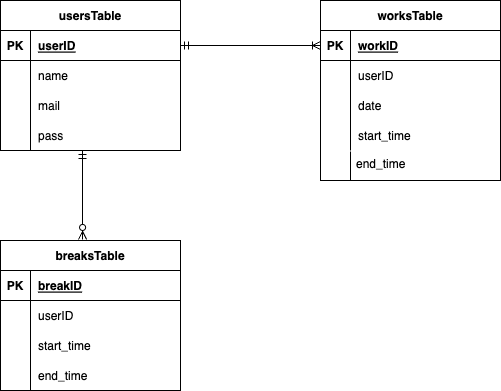
Before: index.drawio.png, a diagram exported from draw.io (hiro8787/simulation-laravel). Source tidied: cells renumbered, new cells last; positions are measured from the earlier drawing's top-left corner, leaving out a move shared by most shapes.
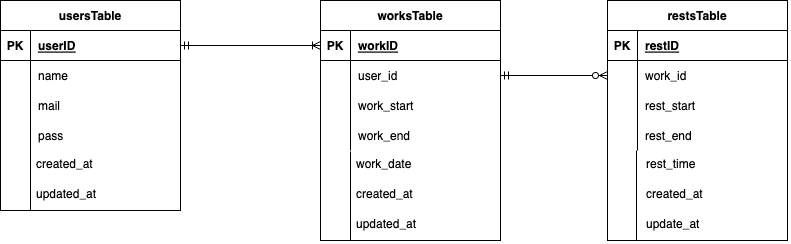
After the commit.

Change to the diagram source:
```diff
@@ -3,7 +3,7 @@
     <mxCell id="0" />
     <mxCell id="1" parent="0" />
     <mxCell id="2" value="usersTable" style="shape=table;startSize=30;rowLines=0;fontStyle=1;align=center;" parent="1" vertex="1">
-      <mxGeometry width="180" height="150" as="geometry" />
+      <mxGeometry width="180" height="210" as="geometry" />
     </mxCell>
     <mxCell id="3" style="shape=tableRow;horizontal=0;startSize=0;swimlaneHead=0;swimlaneBody=0;fillColor=none;points=[[0,0.5],[1,0.5]];portConstraint=eastwest;top=0;left=0;right=0;bottom=1;" parent="2" vertex="1">
       <mxGeometry y="30" width="180" height="30" as="geometry" />
@@ -42,7 +42,7 @@
       <mxGeometry x="30" width="150" height="30" as="geometry" />
     </mxCell>
     <mxCell id="15" value="worksTable" style="shape=table;startSize=30;rowLines=0;fontStyle=1;align=center;" parent="1" vertex="1">
-      <mxGeometry x="320" width="180" height="180" as="geometry" />
+      <mxGeometry x="320" width="180" height="240" as="geometry" />
     </mxCell>
     <mxCell id="16" style="shape=tableRow;horizontal=0;startSize=0;swimlaneHead=0;swimlaneBody=0;fillColor=none;points=[[0,0.5],[1,0.5]];portConstraint=eastwest;top=0;left=0;right=0;bottom=1;" parent="15" vertex="1">
       <mxGeometry y="30" width="180" height="30" as="geometry" />
@@ -59,7 +59,7 @@
     <mxCell id="20" style="shape=partialRectangle;fillColor=none;top=0;left=0;bottom=0;right=0;overflow=hidden;" parent="19" vertex="1">
       <mxGeometry width="30" height="30" as="geometry" />
     </mxCell>
-    <mxCell id="21" value="userID" style="shape=partialRectangle;fillColor=none;top=0;left=0;bottom=0;right=0;align=left;spacingLeft=6;overflow=hidden;" parent="19" vertex="1">
+    <mxCell id="21" value="user_id" style="shape=partialRectangle;fillColor=none;top=0;left=0;bottom=0;right=0;align=left;spacingLeft=6;overflow=hidden;" parent="19" vertex="1">
       <mxGeometry x="30" width="150" height="30" as="geometry" />
     </mxCell>
     <mxCell id="22" style="shape=tableRow;horizontal=0;startSize=0;swimlaneHead=0;swimlaneBody=0;fillColor=none;top=0;left=0;right=0;bottom=0;" parent="15" vertex="1">
@@ -68,7 +68,7 @@
     <mxCell id="23" style="shape=partialRectangle;fillColor=none;top=0;left=0;bottom=0;right=0;overflow=hidden;" parent="22" vertex="1">
       <mxGeometry width="30" height="30" as="geometry" />
     </mxCell>
-    <mxCell id="24" value="date" style="shape=partialRectangle;fillColor=none;top=0;left=0;bottom=0;right=0;align=left;spacingLeft=6;overflow=hidden;" parent="22" vertex="1">
+    <mxCell id="24" value="work_start" style="shape=partialRectangle;fillColor=none;top=0;left=0;bottom=0;right=0;align=left;spacingLeft=6;overflow=hidden;" parent="22" vertex="1">
       <mxGeometry x="30" width="150" height="30" as="geometry" />
     </mxCell>
     <mxCell id="25" style="shape=tableRow;horizontal=0;startSize=0;swimlaneHead=0;swimlaneBody=0;fillColor=none;points=[[0,0.5],[1,0.5]];portConstraint=eastwest;top=0;left=0;right=0;bottom=0;" parent="15" vertex="1">
@@ -77,20 +77,20 @@
     <mxCell id="26" style="shape=partialRectangle;fillColor=none;top=0;left=0;bottom=0;right=0;overflow=hidden;" parent="25" vertex="1">
       <mxGeometry width="30" height="30" as="geometry" />
     </mxCell>
-    <mxCell id="27" value="start_time" style="shape=partialRectangle;fillColor=none;top=0;left=0;bottom=0;right=0;align=left;spacingLeft=6;overflow=hidden;" parent="25" vertex="1">
+    <mxCell id="27" value="work_end" style="shape=partialRectangle;fillColor=none;top=0;left=0;bottom=0;right=0;align=left;spacingLeft=6;overflow=hidden;" parent="25" vertex="1">
       <mxGeometry x="30" width="150" height="30" as="geometry" />
     </mxCell>
     <mxCell id="28" style="endArrow=none;html=1;rounded=0;entryX=0.167;entryY=1.033;entryDx=0;entryDy=0;entryPerimeter=0;exitX=0;exitY=1;exitDx=0;exitDy=0;exitPerimeter=0;" parent="1" edge="1" source="29" target="25">
       <mxGeometry relative="1" as="geometry" />
     </mxCell>
-    <mxCell id="29" value="end_time" style="text;strokeColor=none;fillColor=none;spacingLeft=4;spacingRight=4;overflow=hidden;points=[[0,0.5],[1,0.5]];portConstraint=eastwest;fontSize=12;" parent="1" vertex="1">
-      <mxGeometry x="350" y="150" width="150" height="30" as="geometry" />
+    <mxCell id="29" value="updated_at" style="text;strokeColor=none;fillColor=none;spacingLeft=4;spacingRight=4;overflow=hidden;points=[[0,0.5],[1,0.5]];portConstraint=eastwest;fontSize=12;" parent="1" vertex="1">
+      <mxGeometry x="350" y="210" width="150" height="30" as="geometry" />
     </mxCell>
     <mxCell id="30" style="edgeStyle=entityRelationEdgeStyle;fontSize=12;html=1;endArrow=ERoneToMany;startArrow=ERmandOne;exitX=1;exitY=0.5;exitDx=0;exitDy=0;entryX=0;entryY=0.5;entryDx=0;entryDy=0;" parent="1" edge="1" source="3" target="16">
       <mxGeometry relative="1" as="geometry" />
     </mxCell>
-    <mxCell id="31" value="breaksTable" style="shape=table;startSize=30;rowLines=0;fontStyle=1;align=center;" parent="1" vertex="1">
-      <mxGeometry y="240" width="180" height="150" as="geometry" />
+    <mxCell id="31" value="restsTable" style="shape=table;startSize=30;rowLines=0;fontStyle=1;align=center;" parent="1" vertex="1">
+      <mxGeometry x="607" width="180" height="240" as="geometry" />
     </mxCell>
     <mxCell id="32" style="shape=tableRow;horizontal=0;startSize=0;swimlaneHead=0;swimlaneBody=0;fillColor=none;top=0;left=0;right=0;bottom=1;" parent="31" vertex="1">
       <mxGeometry y="30" width="180" height="30" as="geometry" />
@@ -98,7 +98,7 @@
     <mxCell id="33" value="PK" style="shape=partialRectangle;fillColor=none;top=0;left=0;bottom=0;right=0;fontStyle=1;overflow=hidden;" parent="32" vertex="1">
       <mxGeometry width="30" height="30" as="geometry" />
     </mxCell>
-    <mxCell id="34" value="breakID" style="shape=partialRectangle;fillColor=none;top=0;left=0;bottom=0;right=0;align=left;spacingLeft=6;fontStyle=5;overflow=hidden;" parent="32" vertex="1">
+    <mxCell id="34" value="restID" style="shape=partialRectangle;fillColor=none;top=0;left=0;bottom=0;right=0;align=left;spacingLeft=6;fontStyle=5;overflow=hidden;" parent="32" vertex="1">
       <mxGeometry x="30" width="150" height="30" as="geometry" />
     </mxCell>
     <mxCell id="35" style="shape=tableRow;horizontal=0;startSize=0;swimlaneHead=0;swimlaneBody=0;fillColor=none;points=[[0,0.5],[1,0.5]];portConstraint=eastwest;top=0;left=0;right=0;bottom=0;" parent="31" vertex="1">
@@ -107,7 +107,7 @@
     <mxCell id="36" style="shape=partialRectangle;fillColor=none;top=0;left=0;bottom=0;right=0;overflow=hidden;" parent="35" vertex="1">
       <mxGeometry width="30" height="30" as="geometry" />
     </mxCell>
-    <mxCell id="37" value="userID" style="shape=partialRectangle;fillColor=none;top=0;left=0;bottom=0;right=0;align=left;spacingLeft=6;overflow=hidden;" parent="35" vertex="1">
+    <mxCell id="37" value="work_id" style="shape=partialRectangle;fillColor=none;top=0;left=0;bottom=0;right=0;align=left;spacingLeft=6;overflow=hidden;" parent="35" vertex="1">
       <mxGeometry x="30" width="150" height="30" as="geometry" />
     </mxCell>
     <mxCell id="38" style="shape=tableRow;horizontal=0;startSize=0;swimlaneHead=0;swimlaneBody=0;fillColor=none;top=0;left=0;right=0;bottom=0;" parent="31" vertex="1">
@@ -116,7 +116,7 @@
     <mxCell id="39" style="shape=partialRectangle;fillColor=none;top=0;left=0;bottom=0;right=0;overflow=hidden;" parent="38" vertex="1">
       <mxGeometry width="30" height="30" as="geometry" />
     </mxCell>
-    <mxCell id="40" value="start_time" style="shape=partialRectangle;fillColor=none;top=0;left=0;bottom=0;right=0;align=left;spacingLeft=6;overflow=hidden;" parent="38" vertex="1">
+    <mxCell id="40" value="rest_start" style="shape=partialRectangle;fillColor=none;top=0;left=0;bottom=0;right=0;align=left;spacingLeft=6;overflow=hidden;" parent="38" vertex="1">
       <mxGeometry x="30" width="150" height="30" as="geometry" />
     </mxCell>
     <mxCell id="41" style="shape=tableRow;horizontal=0;startSize=0;swimlaneHead=0;swimlaneBody=0;fillColor=none;top=0;left=0;right=0;bottom=0;" parent="31" vertex="1">
@@ -125,11 +125,44 @@
     <mxCell id="42" style="shape=partialRectangle;fillColor=none;top=0;left=0;bottom=0;right=0;overflow=hidden;" parent="41" vertex="1">
       <mxGeometry width="30" height="30" as="geometry" />
     </mxCell>
-    <mxCell id="43" value="end_time" style="shape=partialRectangle;fillColor=none;top=0;left=0;bottom=0;right=0;align=left;spacingLeft=6;overflow=hidden;" parent="41" vertex="1">
+    <mxCell id="43" value="rest_end" style="shape=partialRectangle;fillColor=none;top=0;left=0;bottom=0;right=0;align=left;spacingLeft=6;overflow=hidden;" parent="41" vertex="1">
       <mxGeometry x="30" width="150" height="30" as="geometry" />
     </mxCell>
-    <mxCell id="44" style="fontSize=12;html=1;endArrow=ERzeroToMany;startArrow=ERmandOne;entryX=0.456;entryY=-0.007;entryDx=0;entryDy=0;exitX=0.456;exitY=1;exitDx=0;exitDy=0;exitPerimeter=0;entryPerimeter=0;" parent="1" edge="1" source="12" target="31">
+    <mxCell id="44" style="fontSize=12;html=1;endArrow=ERzeroToMany;startArrow=ERmandOne;exitX=1;exitY=0.5;exitDx=0;exitDy=0;entryX=0;entryY=0.5;entryDx=0;entryDy=0;" parent="1" edge="1" source="19" target="35">
       <mxGeometry relative="1" as="geometry" />
     </mxCell>
+    <mxCell id="45" value="created_at" style="text;strokeColor=none;fillColor=none;spacingLeft=4;spacingRight=4;overflow=hidden;fontSize=12;" parent="1" vertex="1">
+      <mxGeometry x="30" y="150" width="150" height="30" as="geometry" />
+    </mxCell>
+    <mxCell id="46" value="updated_at" style="text;strokeColor=none;fillColor=none;spacingLeft=4;spacingRight=4;overflow=hidden;fontSize=12;" parent="1" vertex="1">
+      <mxGeometry x="30" y="180" width="150" height="30" as="geometry" />
+    </mxCell>
+    <mxCell id="47" style="endArrow=none;html=1;rounded=0;" parent="1" edge="1">
+      <mxGeometry relative="1" as="geometry">
+        <mxPoint x="30" y="150" as="sourcePoint" />
+        <mxPoint x="30" y="210" as="targetPoint" />
+      </mxGeometry>
+    </mxCell>
+    <mxCell id="48" value="created_at" style="text;strokeColor=none;fillColor=none;spacingLeft=4;spacingRight=4;overflow=hidden;fontSize=12;" parent="1" vertex="1">
+      <mxGeometry x="350" y="180" width="150" height="30" as="geometry" />
+    </mxCell>
+    <mxCell id="49" value="work_date" style="text;strokeColor=none;fillColor=none;spacingLeft=4;spacingRight=4;overflow=hidden;fontSize=12;" parent="1" vertex="1">
+      <mxGeometry x="350" y="150" width="150" height="30" as="geometry" />
+    </mxCell>
+    <mxCell id="50" value="rest_time" style="text;strokeColor=none;fillColor=none;spacingLeft=4;spacingRight=4;overflow=hidden;fontSize=12;" parent="1" vertex="1">
+      <mxGeometry x="640" y="150" width="150" height="30" as="geometry" />
+    </mxCell>
+    <mxCell id="51" value="created_at" style="text;strokeColor=none;fillColor=none;spacingLeft=4;spacingRight=4;overflow=hidden;fontSize=12;" parent="1" vertex="1">
+      <mxGeometry x="640" y="180" width="150" height="30" as="geometry" />
+    </mxCell>
+    <mxCell id="52" value="update_at" style="text;strokeColor=none;fillColor=none;spacingLeft=4;spacingRight=4;overflow=hidden;fontSize=12;" parent="1" vertex="1">
+      <mxGeometry x="640" y="210" width="150" height="30" as="geometry" />
+    </mxCell>
+    <mxCell id="53" style="endArrow=none;html=1;rounded=0;" parent="1" edge="1">
+      <mxGeometry relative="1" as="geometry">
+        <mxPoint x="636" y="150" as="sourcePoint" />
+        <mxPoint x="636" y="240" as="targetPoint" />
+      </mxGeometry>
+    </mxCell>
   </root>
 </mxGraphModel>
```
